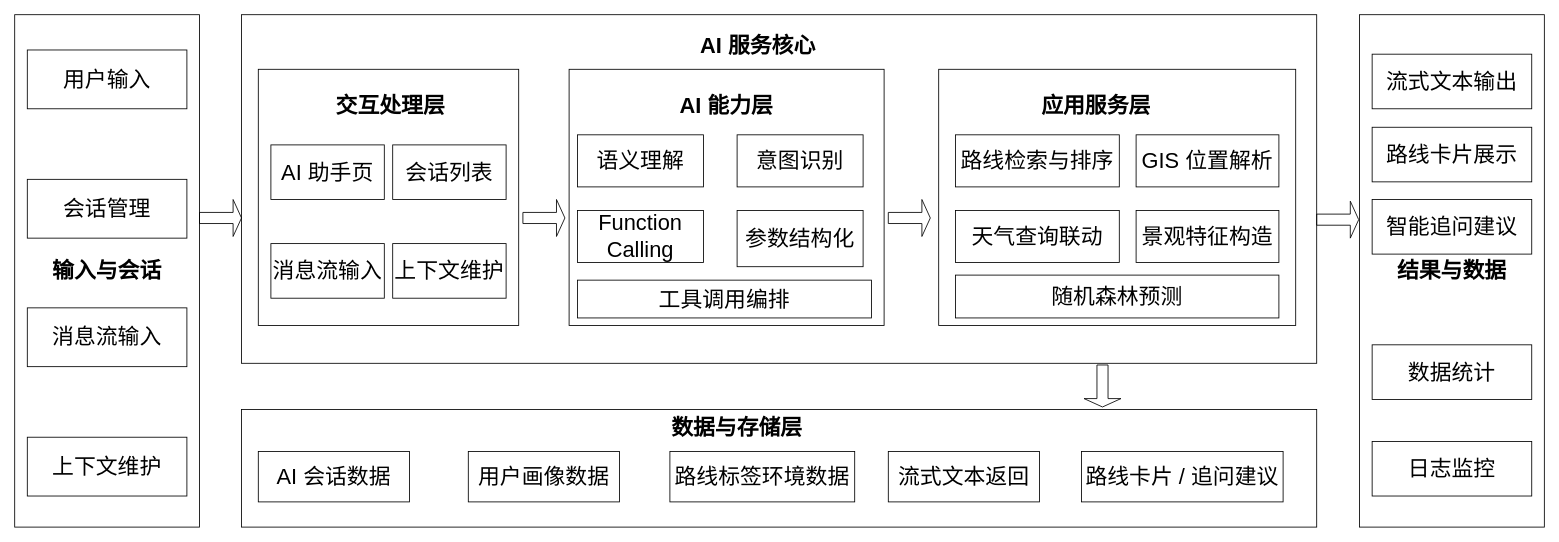
612cs/TrailQuest keeps this draw.io diagram as DOCS/architecture-diagrams/sources/架构图/AI服务端架构图.drawio. Above is the earlier version. Source tidied: cells renumbered, new cells numbered last; positions are measured from the earlier drawing's top-left corner, leaving out a move shared by most shapes. Both pictures are drawn from the tidied source at 84%, with x=0, y=0 at pixel (14, 14).
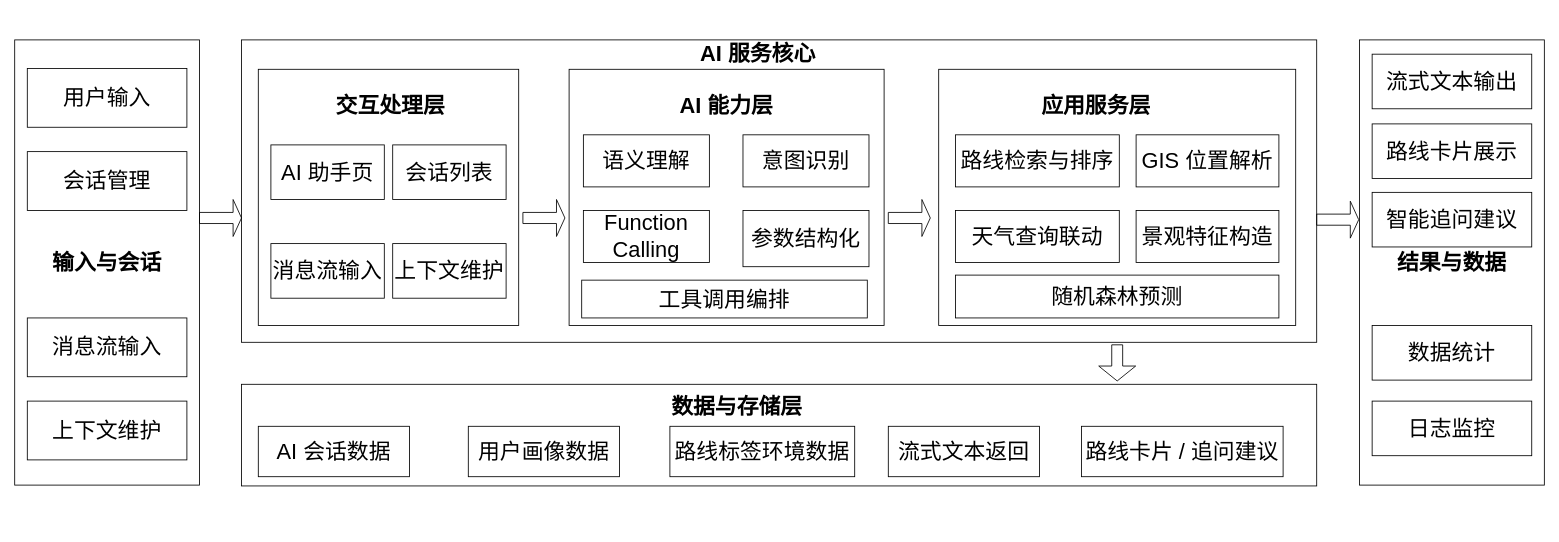
The same diagram, later.

Diff of the diagram source:
```diff
@@
     <mxCell id="2" value="输入与会话" style="rounded=0;whiteSpace=wrap;html=1;strokeColor=#000000;fillColor=none;fontSize=26;fontStyle=1;align=center;verticalAlign=middle;" parent="1" vertex="1">
-      <mxGeometry width="220" height="610" as="geometry" />
+      <mxGeometry y="30" width="220" height="530" as="geometry" />
     </mxCell>
     <mxCell id="3" value="用户输入" style="rounded=0;whiteSpace=wrap;html=1;strokeColor=#000000;fillColor=none;fontSize=26;align=center;verticalAlign=middle;" parent="1" vertex="1">
-      <mxGeometry x="15" y="42" width="190" height="70" as="geometry" />
+      <mxGeometry x="15" y="64" width="190" height="70" as="geometry" />
     </mxCell>
     <mxCell id="4" value="会话管理" style="rounded=0;whiteSpace=wrap;html=1;strokeColor=#000000;fillColor=none;fontSize=26;align=center;verticalAlign=middle;" parent="1" vertex="1">
-      <mxGeometry x="15" y="196" width="190" height="70" as="geometry" />
+      <mxGeometry x="15" y="163" width="190" height="70" as="geometry" />
     </mxCell>
     <mxCell id="5" value="消息流输入" style="rounded=0;whiteSpace=wrap;html=1;strokeColor=#000000;fillColor=none;fontSize=26;align=center;verticalAlign=middle;" parent="1" vertex="1">
-      <mxGeometry x="15" y="349" width="190" height="70" as="geometry" />
+      <mxGeometry x="15" y="361" width="190" height="70" as="geometry" />
     </mxCell>
     <mxCell id="6" value="上下文维护" style="rounded=0;whiteSpace=wrap;html=1;strokeColor=#000000;fillColor=none;fontSize=26;align=center;verticalAlign=middle;" parent="1" vertex="1">
-      <mxGeometry x="15" y="503" width="190" height="70" as="geometry" />
+      <mxGeometry x="15" y="460" width="190" height="70" as="geometry" />
     </mxCell>
     <mxCell id="7" value="结果与数据" style="rounded=0;whiteSpace=wrap;html=1;strokeColor=#000000;fillColor=none;fontSize=26;fontStyle=1;align=center;verticalAlign=middle;" parent="1" vertex="1">
-      <mxGeometry x="1601" width="220" height="610" as="geometry" />
+      <mxGeometry x="1601" y="30" width="220" height="530" as="geometry" />
     </mxCell>
@@
     <mxCell id="9" value="路线卡片展示" style="rounded=0;whiteSpace=wrap;html=1;strokeColor=#000000;fillColor=none;fontSize=26;align=center;verticalAlign=middle;" parent="1" vertex="1">
-      <mxGeometry x="1616" y="134" width="190" height="65" as="geometry" />
+      <mxGeometry x="1616" y="130" width="190" height="65" as="geometry" />
     </mxCell>
     <mxCell id="10" value="智能追问建议" style="rounded=0;whiteSpace=wrap;html=1;strokeColor=#000000;fillColor=none;fontSize=26;align=center;verticalAlign=middle;" parent="1" vertex="1">
-      <mxGeometry x="1616" y="220" width="190" height="65" as="geometry" />
+      <mxGeometry x="1616" y="211.5" width="190" height="65" as="geometry" />
     </mxCell>
     <mxCell id="11" value="数据统计" style="rounded=0;whiteSpace=wrap;html=1;strokeColor=#000000;fillColor=none;fontSize=26;align=center;verticalAlign=middle;" parent="1" vertex="1">
-      <mxGeometry x="1616" y="393" width="190" height="65" as="geometry" />
+      <mxGeometry x="1616" y="370" width="190" height="65" as="geometry" />
     </mxCell>
     <mxCell id="12" value="日志监控" style="rounded=0;whiteSpace=wrap;html=1;strokeColor=#000000;fillColor=none;fontSize=26;align=center;verticalAlign=middle;" parent="1" vertex="1">
-      <mxGeometry x="1616" y="508" width="190" height="65" as="geometry" />
+      <mxGeometry x="1616" y="460" width="190" height="65" as="geometry" />
     </mxCell>
     <mxCell id="13" style="rounded=0;whiteSpace=wrap;html=1;strokeColor=#000000;fillColor=none;fontSize=26;" parent="1" vertex="1">
-      <mxGeometry x="270" width="1280" height="415" as="geometry" />
+      <mxGeometry x="270" y="30" width="1280" height="360" as="geometry" />
     </mxCell>
     <mxCell id="14" value="AI 服务核心" style="rounded=0;whiteSpace=wrap;html=1;strokeColor=none;fillColor=none;fontSize=26;fontStyle=1;align=center;verticalAlign=middle;" parent="1" vertex="1">
-      <mxGeometry x="755" y="20" width="260" height="34" as="geometry" />
+      <mxGeometry x="755" y="30" width="260" height="34" as="geometry" />
     </mxCell>
@@
     <mxCell id="23" value="语义理解" style="rounded=0;whiteSpace=wrap;html=1;strokeColor=#000000;fillColor=none;fontSize=26;align=center;verticalAlign=middle;" parent="1" vertex="1">
-      <mxGeometry x="670" y="143" width="150" height="62" as="geometry" />
+      <mxGeometry x="677" y="143" width="150" height="62" as="geometry" />
     </mxCell>
     <mxCell id="24" value="意图识别" style="rounded=0;whiteSpace=wrap;html=1;strokeColor=#000000;fillColor=none;fontSize=26;align=center;verticalAlign=middle;" parent="1" vertex="1">
-      <mxGeometry x="860" y="143" width="150" height="62" as="geometry" />
+      <mxGeometry x="867" y="143" width="150" height="62" as="geometry" />
     </mxCell>
     <mxCell id="25" value="Function Calling" style="rounded=0;whiteSpace=wrap;html=1;strokeColor=#000000;fillColor=none;fontSize=26;align=center;verticalAlign=middle;" parent="1" vertex="1">
-      <mxGeometry x="670" y="233" width="150" height="62" as="geometry" />
+      <mxGeometry x="677" y="233" width="150" height="62" as="geometry" />
     </mxCell>
     <mxCell id="26" value="参数结构化" style="rounded=0;whiteSpace=wrap;html=1;strokeColor=#000000;fillColor=none;fontSize=26;align=center;verticalAlign=middle;" parent="1" vertex="1">
-      <mxGeometry x="860" y="233" width="150" height="67" as="geometry" />
+      <mxGeometry x="867" y="233" width="150" height="67" as="geometry" />
     </mxCell>
     <mxCell id="27" value="工具调用编排" style="rounded=0;whiteSpace=wrap;html=1;strokeColor=#000000;fillColor=none;fontSize=26;align=center;verticalAlign=middle;" parent="1" vertex="1">
-      <mxGeometry x="670" y="316" width="350" height="45" as="geometry" />
+      <mxGeometry x="675" y="316" width="340" height="45" as="geometry" />
     </mxCell>
@@
     <mxCell id="35" style="rounded=0;whiteSpace=wrap;html=1;strokeColor=#000000;fillColor=none;fontSize=26;" parent="1" vertex="1">
-      <mxGeometry x="270" y="470" width="1280" height="140" as="geometry" />
+      <mxGeometry x="270" y="440" width="1280" height="121" as="geometry" />
     </mxCell>
     <mxCell id="36" value="数据与存储层" style="rounded=0;whiteSpace=wrap;html=1;strokeColor=none;fillColor=none;fontSize=26;fontStyle=1;align=center;verticalAlign=middle;" parent="1" vertex="1">
-      <mxGeometry x="670" y="468" width="380" height="48" as="geometry" />
+      <mxGeometry x="670" y="443" width="380" height="48" as="geometry" />
     </mxCell>
     <mxCell id="37" value="AI 会话数据" style="rounded=0;whiteSpace=wrap;html=1;strokeColor=#000000;fillColor=none;fontSize=26;align=center;verticalAlign=middle;" parent="1" vertex="1">
-      <mxGeometry x="290" y="520" width="180" height="60" as="geometry" />
+      <mxGeometry x="290" y="490" width="180" height="60" as="geometry" />
     </mxCell>
     <mxCell id="38" value="用户画像数据" style="rounded=0;whiteSpace=wrap;html=1;strokeColor=#000000;fillColor=none;fontSize=26;align=center;verticalAlign=middle;" parent="1" vertex="1">
-      <mxGeometry x="540" y="520" width="180" height="60" as="geometry" />
+      <mxGeometry x="540" y="490" width="180" height="60" as="geometry" />
     </mxCell>
     <mxCell id="39" value="路线标签环境数据" style="rounded=0;whiteSpace=wrap;html=1;strokeColor=#000000;fillColor=none;fontSize=26;align=center;verticalAlign=middle;" parent="1" vertex="1">
-      <mxGeometry x="780" y="520" width="220" height="60" as="geometry" />
+      <mxGeometry x="780" y="490" width="220" height="60" as="geometry" />
     </mxCell>
     <mxCell id="40" value="流式文本返回" style="rounded=0;whiteSpace=wrap;html=1;strokeColor=#000000;fillColor=none;fontSize=26;align=center;verticalAlign=middle;" parent="1" vertex="1">
-      <mxGeometry x="1040" y="520" width="180" height="60" as="geometry" />
+      <mxGeometry x="1040" y="490" width="180" height="60" as="geometry" />
     </mxCell>
     <mxCell id="41" value="路线卡片 / 追问建议" style="rounded=0;whiteSpace=wrap;html=1;strokeColor=#000000;fillColor=none;fontSize=26;align=center;verticalAlign=middle;" parent="1" vertex="1">
-      <mxGeometry x="1270" y="520" width="240" height="60" as="geometry" />
+      <mxGeometry x="1270" y="490" width="240" height="60" as="geometry" />
     </mxCell>
@@
-    <mxCell id="46" style="shape=singleArrow;whiteSpace=wrap;html=1;fillColor=none;direction=south;" parent="1" vertex="1">
-      <mxGeometry x="1273" y="417" width="44" height="50" as="geometry" />
+    <mxCell id="46" style="shape=singleArrow;whiteSpace=wrap;html=1;fillColor=none;direction=south;arrowWidth=0.29545454545453514;arrowSize=0.41226215644820347;" parent="1" vertex="1">
+      <mxGeometry x="1290.5" y="393" width="44" height="43" as="geometry" />
     </mxCell>
```
